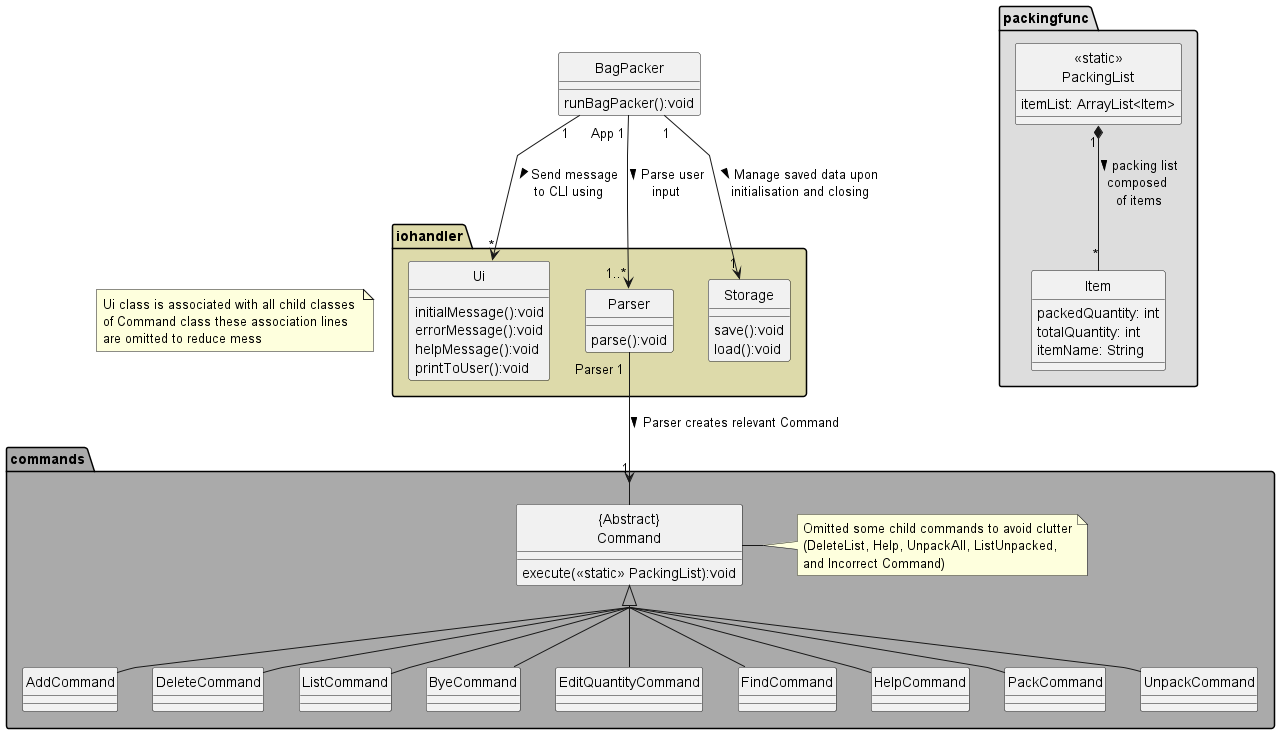
nus-cs2113-AY2223S2/tp keeps this PlantUML diagram as docs/umlDiagrams/BagPackerClassDiagram.png. Above is the earlier version.
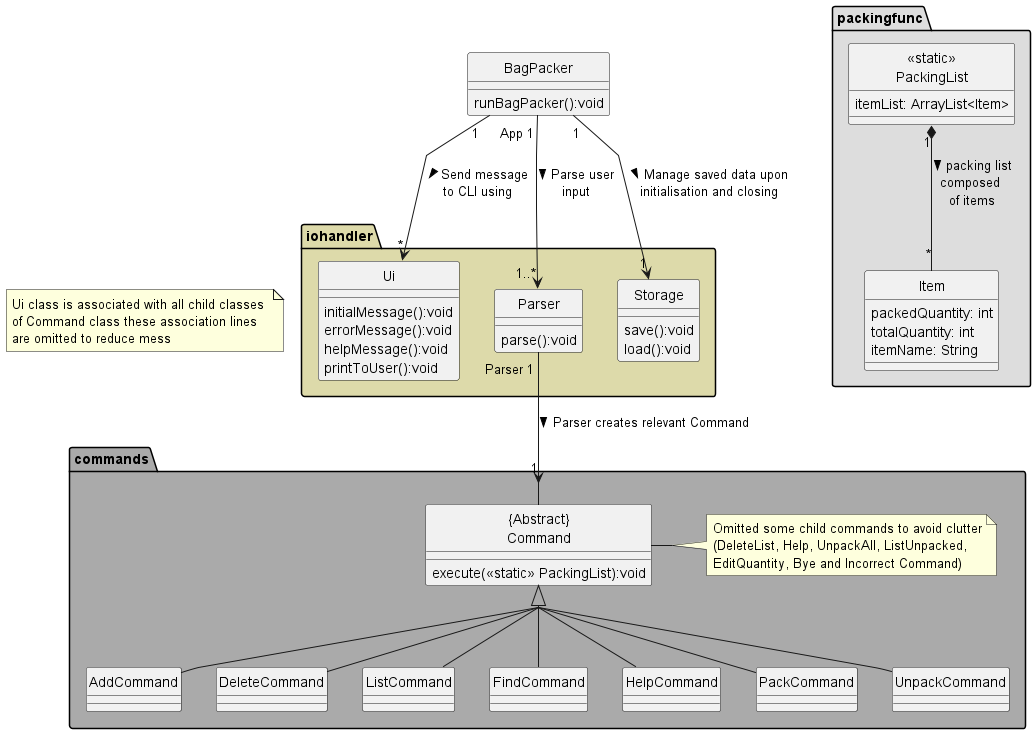
After the change.

The edit, as a diff of the source:
```diff
@@ -40,15 +40,13 @@
     note right
     Omitted some child commands to avoid clutter
     (DeleteList, Help, UnpackAll, ListUnpacked,
-    and Incorrect Command)
+    EditQuantity, Bye and Incorrect Command)
     end note
 
 
     class AddCommand extends Command
     class DeleteCommand extends Command
     class ListCommand extends Command
-    class ByeCommand extends Command
-    class EditQuantityCommand extends Command
     class FindCommand extends Command
     class HelpCommand extends Command
     class PackCommand extends Command
```
